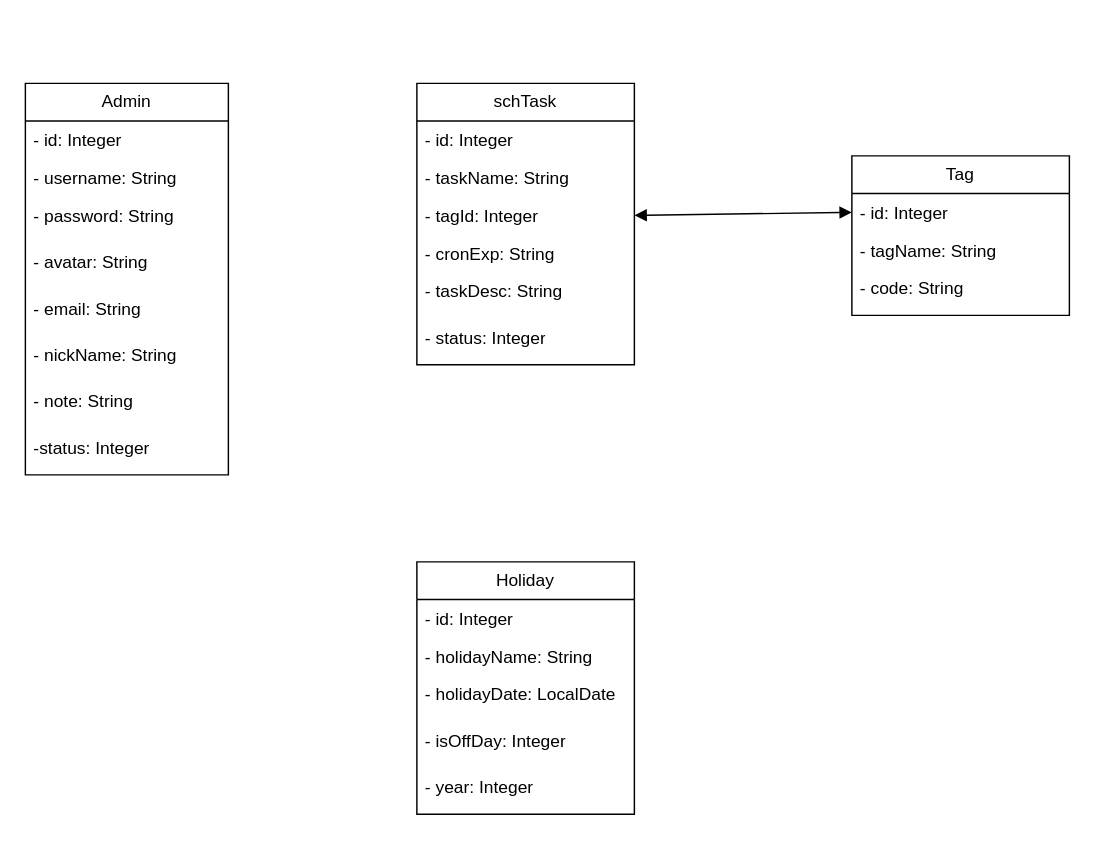
yangh124/weather-push keeps this draw.io diagram as document/weather-push.drawio. Above is the earlier version. Source tidied: cells renumbered, new cells numbered last; positions are measured from the earlier drawing's top-left corner, leaving out a move shared by most shapes. Both pictures are drawn from the tidied source at 145%, with x=0, y=0 at pixel (25, 83).
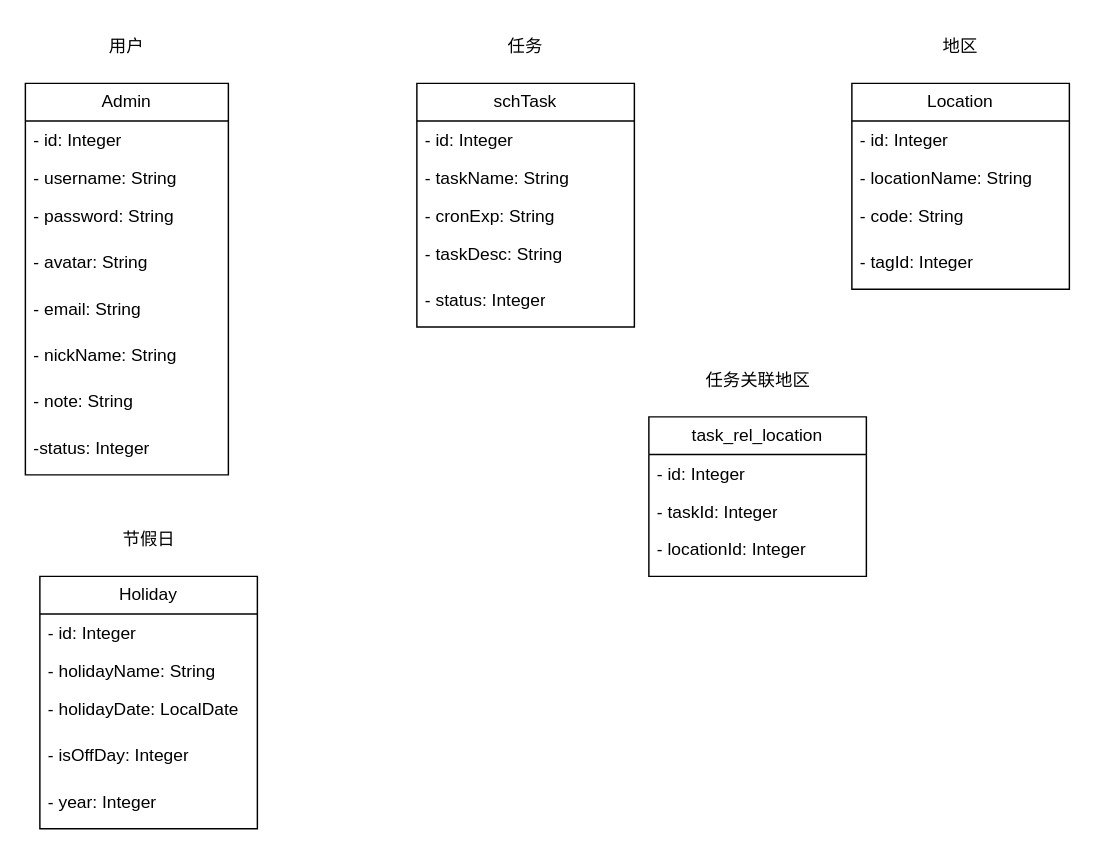
The same page after the edit.

Unchanged cells that the change refers to:
```xml
<mxCell id="25" value="- id: Integer" style="text;strokeColor=none;fillColor=none;align=left;verticalAlign=top;spacingLeft=4;spacingRight=4;overflow=hidden;points=[[0,0.5],[1,0.5]];portConstraint=eastwest;whiteSpace=wrap;html=1;" parent="24" vertex="1">
  <mxGeometry y="26" width="150" height="26" as="geometry" />
</mxCell>
```

Diff of the diagram source:
```diff
@@
     <mxCell id="11" value="Holiday" style="swimlane;fontStyle=0;horizontal=1;startSize=26;fillColor=none;whiteSpace=wrap;html=1;" parent="1" vertex="1">
-      <mxGeometry x="270" y="330" width="150" height="174" as="geometry" />
+      <mxGeometry x="10" y="340" width="150" height="174" as="geometry" />
     </mxCell>
@@
     <mxCell id="17" value="schTask" style="swimlane;fontStyle=0;horizontal=1;startSize=26;fillColor=none;whiteSpace=wrap;html=1;" parent="1" vertex="1">
-      <mxGeometry x="270" width="150" height="194" as="geometry" />
+      <mxGeometry x="270" width="150" height="168" as="geometry" />
     </mxCell>
@@
-    <mxCell id="20" value="- tagId: Integer" style="text;strokeColor=none;fillColor=none;align=left;verticalAlign=top;spacingLeft=4;spacingRight=4;overflow=hidden;points=[[0,0.5],[1,0.5]];portConstraint=eastwest;whiteSpace=wrap;html=1;" parent="17" vertex="1">
-      <mxGeometry y="78" width="150" height="26" as="geometry" />
-    </mxCell>
     <mxCell id="21" value="- cronExp: String" style="text;strokeColor=none;fillColor=none;align=left;verticalAlign=top;spacingLeft=4;spacingRight=4;overflow=hidden;whiteSpace=wrap;html=1;" parent="17" vertex="1">
-      <mxGeometry y="104" width="150" height="26" as="geometry" />
+      <mxGeometry y="78" width="150" height="26" as="geometry" />
     </mxCell>
     <mxCell id="22" value="- taskDesc: String" style="text;strokeColor=none;fillColor=none;align=left;verticalAlign=top;spacingLeft=4;spacingRight=4;overflow=hidden;whiteSpace=wrap;html=1;" parent="17" vertex="1">
-      <mxGeometry y="130" width="150" height="32" as="geometry" />
+      <mxGeometry y="104" width="150" height="32" as="geometry" />
     </mxCell>
     <mxCell id="23" value="- status: Integer" style="text;strokeColor=none;fillColor=none;align=left;verticalAlign=top;spacingLeft=4;spacingRight=4;overflow=hidden;whiteSpace=wrap;html=1;" parent="17" vertex="1">
-      <mxGeometry y="162" width="150" height="32" as="geometry" />
+      <mxGeometry y="136" width="150" height="32" as="geometry" />
     </mxCell>
-    <mxCell id="24" value="Tag" style="swimlane;fontStyle=0;horizontal=1;startSize=26;fillColor=none;whiteSpace=wrap;html=1;" parent="1" vertex="1">
-      <mxGeometry x="570" y="50" width="150" height="110" as="geometry" />
+    <mxCell id="24" value="Location" style="swimlane;fontStyle=0;horizontal=1;startSize=26;fillColor=none;whiteSpace=wrap;html=1;" parent="1" vertex="1">
+      <mxGeometry x="570" width="150" height="142" as="geometry" />
     </mxCell>
@@
-    <mxCell id="26" value="- tagName: String" style="text;strokeColor=none;fillColor=none;align=left;verticalAlign=top;spacingLeft=4;spacingRight=4;overflow=hidden;whiteSpace=wrap;html=1;" parent="24" vertex="1">
+    <mxCell id="26" value="- locationName: String" style="text;strokeColor=none;fillColor=none;align=left;verticalAlign=top;spacingLeft=4;spacingRight=4;overflow=hidden;whiteSpace=wrap;html=1;" parent="24" vertex="1">
       <mxGeometry y="52" width="150" height="26" as="geometry" />
     </mxCell>
@@
-    <mxCell id="28" style="endArrow=block;startArrow=block;endFill=1;startFill=1;html=1;rounded=0;exitX=1;exitY=0.5;exitDx=0;exitDy=0;entryX=0;entryY=0.5;entryDx=0;entryDy=0;" parent="1" edge="1" source="20" target="25">
-      <mxGeometry relative="1" as="geometry" />
-    </mxCell>
+    <mxCell id="20" value="- tagId: Integer" style="text;strokeColor=none;fillColor=none;align=left;verticalAlign=top;spacingLeft=4;spacingRight=4;overflow=hidden;points=[[0,0.5],[1,0.5]];portConstraint=eastwest;whiteSpace=wrap;html=1;" parent="24" vertex="1">
+      <mxGeometry y="110" width="150" height="32" as="geometry" />
+    </mxCell>
+    <mxCell id="29" value="task_rel_location" style="swimlane;fontStyle=0;horizontal=1;startSize=26;fillColor=none;whiteSpace=wrap;html=1;" parent="1" vertex="1">
+      <mxGeometry x="430" y="230" width="150" height="110" as="geometry" />
+    </mxCell>
+    <mxCell id="30" value="- id: Integer" style="text;strokeColor=none;fillColor=none;align=left;verticalAlign=top;spacingLeft=4;spacingRight=4;overflow=hidden;whiteSpace=wrap;html=1;" parent="29" vertex="1">
+      <mxGeometry y="26" width="150" height="26" as="geometry" />
+    </mxCell>
+    <mxCell id="31" value="- taskId: Integer" style="text;strokeColor=none;fillColor=none;align=left;verticalAlign=top;spacingLeft=4;spacingRight=4;overflow=hidden;whiteSpace=wrap;html=1;" parent="29" vertex="1">
+      <mxGeometry y="52" width="150" height="26" as="geometry" />
+    </mxCell>
+    <mxCell id="32" value="- locationId: Integer" style="text;strokeColor=none;fillColor=none;align=left;verticalAlign=top;spacingLeft=4;spacingRight=4;overflow=hidden;whiteSpace=wrap;html=1;" parent="29" vertex="1">
+      <mxGeometry y="78" width="150" height="32" as="geometry" />
+    </mxCell>
+    <mxCell id="33" value="用户" style="text;html=1;align=center;verticalAlign=middle;whiteSpace=wrap;rounded=0;" parent="1" vertex="1">
+      <mxGeometry x="40" y="-40" width="60" height="30" as="geometry" />
+    </mxCell>
+    <mxCell id="34" value="任务" style="text;html=1;align=center;verticalAlign=middle;whiteSpace=wrap;rounded=0;" parent="1" vertex="1">
+      <mxGeometry x="315" y="-40" width="60" height="30" as="geometry" />
+    </mxCell>
+    <mxCell id="35" value="地区" style="text;html=1;align=center;verticalAlign=middle;whiteSpace=wrap;rounded=0;" parent="1" vertex="1">
+      <mxGeometry x="615" y="-40" width="60" height="30" as="geometry" />
+    </mxCell>
+    <mxCell id="36" value="任务关联地区" style="text;html=1;align=center;verticalAlign=middle;whiteSpace=wrap;rounded=0;" parent="1" vertex="1">
+      <mxGeometry x="462.5" y="190" width="85" height="30" as="geometry" />
+    </mxCell>
+    <mxCell id="37" value="节假日" style="text;html=1;align=center;verticalAlign=middle;whiteSpace=wrap;rounded=0;" parent="1" vertex="1">
+      <mxGeometry x="42.5" y="300" width="85" height="30" as="geometry" />
+    </mxCell>
```
